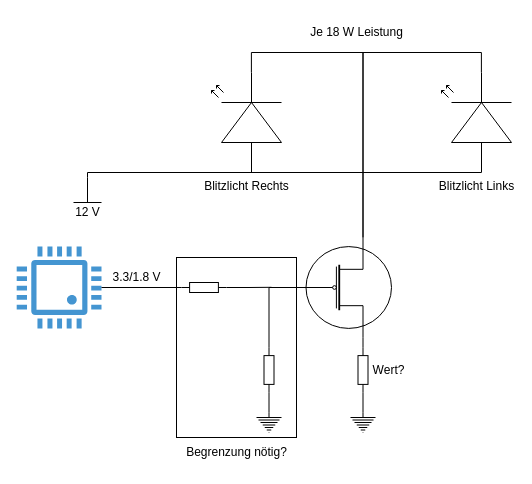
Earlier version of the draw.io diagram page "Licht_Steuerung" (1 of 3) of Doku/images/Schaltskizzen.drawio (muellevin/Studienarbeit). Source tidied: cells renumbered, new cells numbered last; positions are measured from the earlier drawing's top-left corner, leaving out a move shared by most shapes. Both pictures are drawn from the tidied source at 100%, with x=0, y=0 at pixel (16, 17).
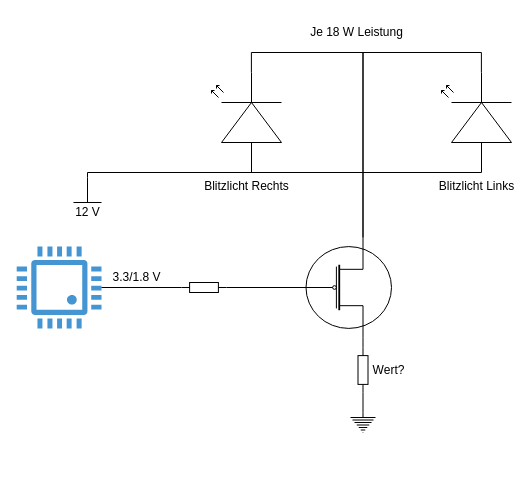
The same page after the edit.

The change refers to these unchanged cells:
```xml
<mxCell id="6" style="verticalLabelPosition=bottom;shadow=0;dashed=0;align=center;html=1;verticalAlign=top;shape=mxgraph.electrical.mosfets1.mosfet_p_no_bulk;direction=east;" parent="1" vertex="1">
  <mxGeometry x="280" y="220" width="95" height="100" as="geometry" />
</mxCell>
<mxCell id="19" style="verticalLabelPosition=bottom;shadow=0;dashed=0;align=center;html=1;verticalAlign=top;shape=mxgraph.electrical.resistors.resistor_1;direction=west;" parent="1" vertex="1">
  <mxGeometry x="165" y="265" width="45" height="10" as="geometry" />
</mxCell>
```

The edit, as a diff of the source:
```diff
@@
-    <mxCell id="13" style="verticalLabelPosition=bottom;shadow=0;dashed=0;align=center;html=1;verticalAlign=top;shape=mxgraph.electrical.signal_sources.protective_earth;" parent="1" vertex="1">
-      <mxGeometry x="240" y="395" width="25" height="20" as="geometry" />
-    </mxCell>
-    <mxCell id="14" style="edgeStyle=orthogonalEdgeStyle;rounded=0;jettySize=auto;html=1;exitX=1;exitY=0.5;exitDx=0;exitDy=0;exitPerimeter=0;entryX=0.5;entryY=0;entryDx=0;entryDy=0;entryPerimeter=0;endArrow=none;endFill=0;" parent="1" edge="1" source="16" target="13">
-      <mxGeometry relative="1" as="geometry" />
-    </mxCell>
-    <mxCell id="15" style="edgeStyle=orthogonalEdgeStyle;rounded=0;jettySize=auto;html=1;exitX=0;exitY=0.5;exitDx=0;exitDy=0;exitPerimeter=0;entryX=0;entryY=0.5;entryDx=0;entryDy=0;entryPerimeter=0;endArrow=none;endFill=0;" parent="1" edge="1" source="16" target="6">
-      <mxGeometry relative="1" as="geometry" />
-    </mxCell>
-    <mxCell id="16" style="verticalLabelPosition=bottom;shadow=0;dashed=0;align=center;html=1;verticalAlign=top;shape=mxgraph.electrical.resistors.resistor_1;direction=south;" parent="1" vertex="1">
-      <mxGeometry x="247.5" y="330" width="10" height="45" as="geometry" />
-    </mxCell>
-    <mxCell id="17" style="edgeStyle=orthogonalEdgeStyle;rounded=0;jettySize=auto;html=1;exitX=0;exitY=0.5;exitDx=0;exitDy=0;exitPerimeter=0;endArrow=none;endFill=0;" parent="1" edge="1" source="19">
-      <mxGeometry relative="1" as="geometry">
-        <mxPoint x="255" y="269.8" as="targetPoint" />
-      </mxGeometry>
+    <mxCell id="17" style="edgeStyle=orthogonalEdgeStyle;rounded=0;jettySize=auto;html=1;exitX=0;exitY=0.5;exitDx=0;exitDy=0;exitPerimeter=0;endArrow=none;endFill=0;entryX=0.2;entryY=0.5;entryDx=0;entryDy=0;entryPerimeter=0;" parent="1" edge="1" source="19" target="6">
+      <mxGeometry relative="1" as="geometry" />
     </mxCell>
@@
-    <mxCell id="20" style="rounded=0;whiteSpace=wrap;html=1;fillColor=none;" parent="1" vertex="1">
-      <mxGeometry x="160" y="240" width="120" height="180" as="geometry" />
-    </mxCell>
-    <mxCell id="21" value="Begrenzung nötig?" style="text;html=1;align=center;verticalAlign=middle;strokeColor=none;fillColor=none;" parent="1" vertex="1">
-      <mxGeometry x="160" y="420" width="120" height="30" as="geometry" />
-    </mxCell>
```
